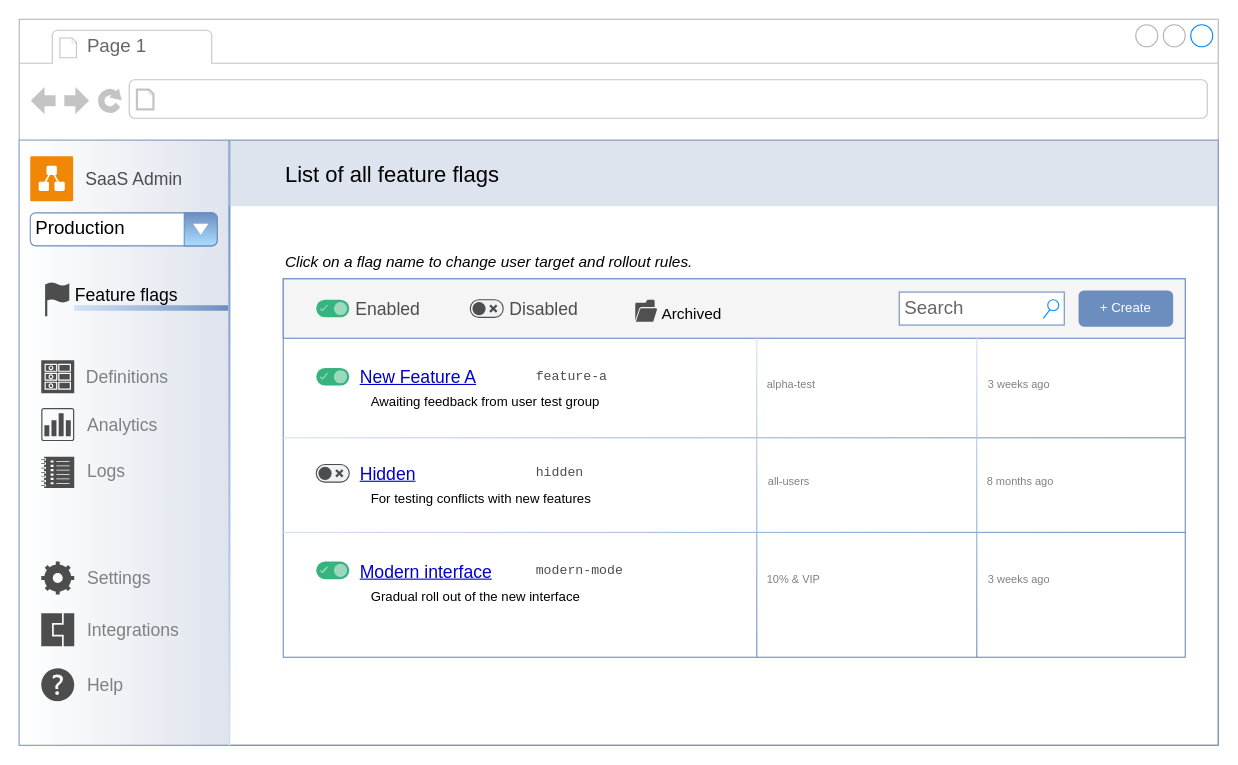
The draw.io diagram blog/feature-flag-control-interface-mockup.drawio in jgraph/drawio-diagrams, before the edit. Source tidied: cells renumbered, new cells numbered last; positions are measured from the earlier drawing's top-left corner, leaving out a move shared by most shapes. Both pictures are drawn from the tidied source at 110%, with x=0, y=0 at pixel (19, 19).
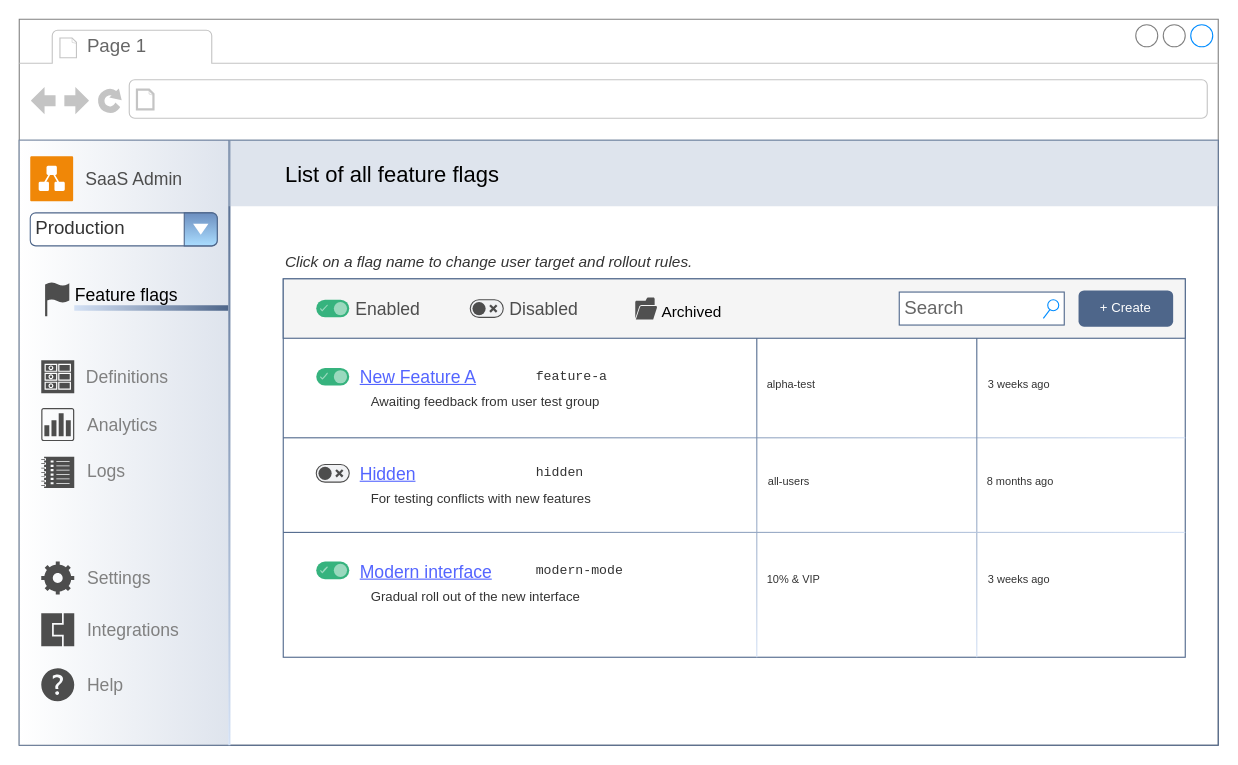
Above is the later version.

What changed in the source:
```diff
@@
-    <mxCell id="2" style="strokeWidth=1;shadow=0;dashed=0;align=center;html=1;shape=mxgraph.mockup.containers.browserWindow;rSize=0;strokeColor=#B3B3B3;strokeColor2=#008cff;strokeColor3=#c4c4c4;mainText=,;fontSize=16;" parent="1" vertex="1">
+    <mxCell id="2" style="strokeWidth=1;shadow=0;dashed=0;align=center;html=1;shape=mxgraph.mockup.containers.browserWindow;rSize=0;strokeColor=#808080;strokeColor2=#008cff;strokeColor3=#c4c4c4;mainText=,;fontSize=16;" parent="1" vertex="1">
       <mxGeometry width="1090" height="660" as="geometry" />
     </mxCell>
@@
-    <mxCell id="5" style="rounded=0;whiteSpace=wrap;html=1;fontSize=16;fillColor=none;strokeColor=#6c8ebf;" parent="2" vertex="1">
+    <mxCell id="5" style="rounded=0;whiteSpace=wrap;html=1;fontSize=16;fillColor=none;strokeColor=#4E668A;" parent="2" vertex="1">
       <mxGeometry y="110" width="1090" height="550" as="geometry" />
     </mxCell>
@@
-    <mxCell id="9" value="Production" style="strokeWidth=1;shadow=0;dashed=0;align=center;html=1;shape=mxgraph.mockup.forms.comboBox;strokeColor=#6C8EBF;fillColor=#6C8EBF;align=left;fillColor2=#aaddff;mainText=;fontSize=17;spacingLeft=3;" parent="2" vertex="1">
+    <mxCell id="9" value="Production" style="strokeWidth=1;shadow=0;dashed=0;align=center;html=1;shape=mxgraph.mockup.forms.comboBox;strokeColor=#4E668A;fillColor=#6C8EBF;align=left;fillColor2=#aaddff;mainText=;fontSize=17;spacingLeft=3;fontColor=#333333;" parent="2" vertex="1">
       <mxGeometry x="10" y="176" width="170" height="30" as="geometry" />
     </mxCell>
-    <mxCell id="10" style="rounded=0;whiteSpace=wrap;html=1;fontSize=16;fillColor=#D4E1F5;strokeColor=none;gradientColor=#6C8EBF;gradientDirection=east;" parent="2" vertex="1">
+    <mxCell id="10" style="rounded=0;whiteSpace=wrap;html=1;fontSize=16;fillColor=#D4E1F5;strokeColor=none;gradientColor=#4E668A;gradientDirection=east;" parent="2" vertex="1">
       <mxGeometry x="50" y="260" width="140" height="5" as="geometry" />
     </mxCell>
@@
-    <mxCell id="25" style="rounded=0;whiteSpace=wrap;html=1;fontSize=16;fillColor=#D4E1F5;strokeColor=none;gradientColor=#6C8EBF;gradientDirection=east;direction=south;flipV=1;" parent="2" vertex="1">
+    <mxCell id="25" style="rounded=0;whiteSpace=wrap;html=1;fontSize=16;fillColor=#D4E1F5;strokeColor=none;gradientColor=#4E668A;gradientDirection=east;direction=south;flipV=1;" parent="2" vertex="1">
       <mxGeometry x="190" y="110" width="2" height="550" as="geometry" />
     </mxCell>
@@
-    <mxCell id="28" value="Click on a flag name to change user target and rollout rules." style="text;html=1;strokeColor=none;fillColor=none;align=left;verticalAlign=middle;whiteSpace=wrap;rounded=0;fontSize=14;fontStyle=2;" parent="2" vertex="1">
+    <mxCell id="28" value="Click on a flag name to change user target and rollout rules." style="text;html=1;strokeColor=none;fillColor=none;align=left;verticalAlign=middle;whiteSpace=wrap;rounded=0;fontSize=14;fontStyle=2;fontColor=#333333;" parent="2" vertex="1">
       <mxGeometry x="240" y="206" width="570" height="30" as="geometry" />
     </mxCell>
-    <mxCell id="29" style="rounded=0;whiteSpace=wrap;html=1;fontSize=16;fillColor=none;strokeColor=#6c8ebf;" parent="2" vertex="1">
+    <mxCell id="29" style="rounded=0;whiteSpace=wrap;html=1;fontSize=16;fillColor=none;strokeColor=#4E668A;" parent="2" vertex="1">
       <mxGeometry x="240" y="236" width="820" height="344" as="geometry" />
     </mxCell>
-    <mxCell id="30" style="rounded=0;whiteSpace=wrap;html=1;fontSize=16;fillColor=#f5f5f5;fontColor=#333333;strokeColor=#6C8EBF;" parent="2" vertex="1">
+    <mxCell id="30" style="rounded=0;whiteSpace=wrap;html=1;fontSize=16;fillColor=#f5f5f5;fontColor=#333333;strokeColor=#4E668A;" parent="2" vertex="1">
       <mxGeometry x="240" y="236" width="820" height="54" as="geometry" />
     </mxCell>
@@
     <mxCell id="34" value="Archived" style="html=1;verticalLabelPosition=middle;align=center;labelBackgroundColor=none;verticalAlign=top;strokeWidth=2;strokeColor=none;shadow=0;dashed=0;shape=mxgraph.office.concepts.folder_open;fontSize=14;fillColor=#505050;labelPosition=right;sketch=0;spacing=0;spacingRight=-41;" parent="2" vertex="1">
-      <mxGeometry x="560" y="255" width="20" height="20" as="geometry" />
+      <mxGeometry x="560" y="253" width="20" height="20" as="geometry" />
     </mxCell>
-    <mxCell id="35" value="Search" style="strokeWidth=1;shadow=0;dashed=0;align=center;html=1;shape=mxgraph.mockup.forms.searchBox;strokeColor=#6C8EBF;mainText=;strokeColor2=#008cff;fontColor=#666666;fontSize=17;align=left;spacingLeft=3;whiteSpace=wrap;" parent="2" vertex="1">
+    <mxCell id="35" value="Search" style="strokeWidth=1;shadow=0;dashed=0;align=center;html=1;shape=mxgraph.mockup.forms.searchBox;strokeColor=#4E668A;mainText=;strokeColor2=#008cff;fontColor=#666666;fontSize=17;align=left;spacingLeft=3;whiteSpace=wrap;" parent="2" vertex="1">
       <mxGeometry x="800" y="248" width="150" height="30" as="geometry" />
     </mxCell>
-    <mxCell id="36" value="+ Create" style="rounded=1;fillColor=#6C8EBF;strokeColor=none;html=1;whiteSpace=wrap;fontColor=#ffffff;align=center;verticalAlign=middle;fontStyle=0;fontSize=12;sketch=0;" parent="2" vertex="1">
+    <mxCell id="36" value="+ Create" style="rounded=1;fillColor=#4E668A;strokeColor=none;html=1;whiteSpace=wrap;fontColor=#ffffff;align=center;verticalAlign=middle;fontStyle=0;fontSize=12;sketch=0;" parent="2" vertex="1">
       <mxGeometry x="963" y="246.5" width="86" height="33" as="geometry" />
     </mxCell>
@@
-    <mxCell id="43" style="rounded=0;whiteSpace=wrap;html=1;fontSize=16;fillColor=#D4E1F5;strokeColor=none;gradientColor=#6C8EBF;gradientDirection=east;" parent="2" vertex="1">
+    <mxCell id="43" style="rounded=0;whiteSpace=wrap;html=1;fontSize=16;fillColor=#D4E1F5;strokeColor=none;gradientColor=#4E668A;gradientDirection=west;" parent="2" vertex="1">
       <mxGeometry x="240" y="380" width="820" height="1" as="geometry" />
     </mxCell>
-    <mxCell id="44" value="New Feature A" style="text;html=1;strokeColor=none;fillColor=none;align=left;verticalAlign=middle;whiteSpace=wrap;rounded=0;fontSize=16;fontStyle=4;fontColor=#0000CC;spacing=10;" parent="2" vertex="1">
+    <mxCell id="44" value="New Feature A" style="text;html=1;strokeColor=none;fillColor=none;align=left;verticalAlign=middle;whiteSpace=wrap;rounded=0;fontSize=16;fontStyle=4;fontColor=#5465FF;spacing=10;" parent="2" vertex="1">
       <mxGeometry x="300" y="310" width="140" height="30" as="geometry" />
     </mxCell>
-    <mxCell id="45" value="feature-a" style="text;html=1;strokeColor=none;fillColor=none;align=left;verticalAlign=middle;whiteSpace=wrap;rounded=0;fontSize=12;fontFamily=Courier New;fontColor=#4D4D4D;spacing=10;" parent="2" vertex="1">
+    <mxCell id="45" value="feature-a" style="text;html=1;strokeColor=none;fillColor=none;align=left;verticalAlign=middle;whiteSpace=wrap;rounded=0;fontSize=12;fontFamily=Courier New;fontColor=#333333;spacing=10;" parent="2" vertex="1">
       <mxGeometry x="460" y="310" width="90" height="30" as="geometry" />
     </mxCell>
-    <mxCell id="46" value="alpha-test" style="text;html=1;strokeColor=none;fillColor=none;align=left;verticalAlign=middle;whiteSpace=wrap;rounded=0;fontSize=10;fontColor=#808080;spacing=10;" parent="2" vertex="1">
+    <mxCell id="46" value="alpha-test" style="text;html=1;strokeColor=none;fillColor=none;align=left;verticalAlign=middle;whiteSpace=wrap;rounded=0;fontSize=10;fontColor=#333333;spacing=10;" parent="2" vertex="1">
       <mxGeometry x="670" y="317" width="180" height="30" as="geometry" />
     </mxCell>
-    <mxCell id="47" value="Awaiting feedback from user test group" style="text;html=1;strokeColor=none;fillColor=none;align=left;verticalAlign=middle;whiteSpace=wrap;rounded=0;fontSize=12;spacing=10;" parent="2" vertex="1">
+    <mxCell id="47" value="Awaiting feedback from user test group" style="text;html=1;strokeColor=none;fillColor=none;align=left;verticalAlign=middle;whiteSpace=wrap;rounded=0;fontSize=12;spacing=10;fontColor=#333333;" parent="2" vertex="1">
       <mxGeometry x="310" y="333" width="410" height="30" as="geometry" />
     </mxCell>
-    <mxCell id="48" value="3 weeks ago" style="text;html=1;strokeColor=none;fillColor=none;align=left;verticalAlign=middle;whiteSpace=wrap;rounded=0;fontSize=10;fontColor=#808080;spacing=10;" parent="2" vertex="1">
+    <mxCell id="48" value="3 weeks ago" style="text;html=1;strokeColor=none;fillColor=none;align=left;verticalAlign=middle;whiteSpace=wrap;rounded=0;fontSize=10;fontColor=#333333;spacing=10;" parent="2" vertex="1">
       <mxGeometry x="871" y="317" width="170" height="30" as="geometry" />
     </mxCell>
-    <mxCell id="49" style="rounded=0;whiteSpace=wrap;html=1;fontSize=16;fillColor=#D4E1F5;strokeColor=none;gradientColor=#6C8EBF;gradientDirection=east;direction=south;" parent="2" vertex="1">
+    <mxCell id="49" style="rounded=0;whiteSpace=wrap;html=1;fontSize=16;fillColor=#D4E1F5;strokeColor=none;gradientColor=#4E668A;gradientDirection=west;direction=south;" parent="2" vertex="1">
       <mxGeometry x="670" y="290" width="1" height="290" as="geometry" />
     </mxCell>
-    <mxCell id="50" style="rounded=0;whiteSpace=wrap;html=1;fontSize=16;fillColor=#D4E1F5;strokeColor=none;gradientColor=#6C8EBF;gradientDirection=east;direction=south;" parent="2" vertex="1">
+    <mxCell id="50" style="rounded=0;whiteSpace=wrap;html=1;fontSize=16;fillColor=#D4E1F5;strokeColor=none;gradientColor=#4E668A;gradientDirection=west;direction=south;" parent="2" vertex="1">
       <mxGeometry x="870" y="290" width="1" height="290" as="geometry" />
     </mxCell>
-    <mxCell id="51" value="Hidden" style="text;html=1;strokeColor=none;fillColor=none;align=left;verticalAlign=middle;whiteSpace=wrap;rounded=0;fontSize=16;fontStyle=4;fontColor=#0000CC;spacing=10;" parent="2" vertex="1">
+    <mxCell id="51" value="Hidden" style="text;html=1;strokeColor=none;fillColor=none;align=left;verticalAlign=middle;whiteSpace=wrap;rounded=0;fontSize=16;fontStyle=4;fontColor=#5465FF;spacing=10;" parent="2" vertex="1">
       <mxGeometry x="300" y="397.8" width="140" height="30" as="geometry" />
     </mxCell>
-    <mxCell id="52" value="For testing conflicts with new features" style="text;html=1;strokeColor=none;fillColor=none;align=left;verticalAlign=middle;whiteSpace=wrap;rounded=0;fontSize=12;spacing=10;" parent="2" vertex="1">
+    <mxCell id="52" value="For testing conflicts with new features" style="text;html=1;strokeColor=none;fillColor=none;align=left;verticalAlign=middle;whiteSpace=wrap;rounded=0;fontSize=12;spacing=10;fontColor=#333333;" parent="2" vertex="1">
       <mxGeometry x="310" y="420.8" width="410" height="30" as="geometry" />
     </mxCell>
-    <mxCell id="53" value="hidden" style="text;html=1;strokeColor=none;fillColor=none;align=left;verticalAlign=middle;whiteSpace=wrap;rounded=0;fontSize=12;fontFamily=Courier New;fontColor=#4D4D4D;spacing=10;" parent="2" vertex="1">
+    <mxCell id="53" value="hidden" style="text;html=1;strokeColor=none;fillColor=none;align=left;verticalAlign=middle;whiteSpace=wrap;rounded=0;fontSize=12;fontFamily=Courier New;fontColor=#333333;spacing=10;" parent="2" vertex="1">
       <mxGeometry x="460" y="397.8" width="90" height="30" as="geometry" />
     </mxCell>
-    <mxCell id="54" value="all-users" style="text;html=1;strokeColor=none;fillColor=none;align=left;verticalAlign=middle;whiteSpace=wrap;rounded=0;fontSize=10;fontColor=#808080;spacing=10;" parent="2" vertex="1">
+    <mxCell id="54" value="all-users" style="text;html=1;strokeColor=none;fillColor=none;align=left;verticalAlign=middle;whiteSpace=wrap;rounded=0;fontSize=10;fontColor=#333333;spacing=10;" parent="2" vertex="1">
       <mxGeometry x="671" y="404.8" width="180" height="30" as="geometry" />
     </mxCell>
-    <mxCell id="55" value="8 months ago" style="text;html=1;strokeColor=none;fillColor=none;align=left;verticalAlign=middle;whiteSpace=wrap;rounded=0;fontSize=10;fontColor=#808080;spacing=10;" parent="2" vertex="1">
+    <mxCell id="55" value="8 months ago" style="text;html=1;strokeColor=none;fillColor=none;align=left;verticalAlign=middle;whiteSpace=wrap;rounded=0;fontSize=10;fontColor=#333333;spacing=10;" parent="2" vertex="1">
       <mxGeometry x="870" y="404.8" width="170" height="30" as="geometry" />
     </mxCell>
-    <mxCell id="56" style="rounded=0;whiteSpace=wrap;html=1;fontSize=16;fillColor=#D4E1F5;strokeColor=none;gradientColor=#6C8EBF;gradientDirection=east;" parent="2" vertex="1">
+    <mxCell id="56" style="rounded=0;whiteSpace=wrap;html=1;fontSize=16;fillColor=#D4E1F5;strokeColor=none;gradientColor=#4E668A;gradientDirection=west;" parent="2" vertex="1">
       <mxGeometry x="240" y="466" width="820" height="1" as="geometry" />
     </mxCell>
@@
-    <mxCell id="60" value="Modern interface" style="text;html=1;strokeColor=none;fillColor=none;align=left;verticalAlign=middle;whiteSpace=wrap;rounded=0;fontSize=16;fontStyle=4;fontColor=#0000CC;spacing=10;" parent="2" vertex="1">
+    <mxCell id="60" value="Modern interface" style="text;html=1;strokeColor=none;fillColor=none;align=left;verticalAlign=middle;whiteSpace=wrap;rounded=0;fontSize=16;fontStyle=4;fontColor=#5465FF;spacing=10;" parent="2" vertex="1">
       <mxGeometry x="300" y="487" width="140" height="30" as="geometry" />
     </mxCell>
-    <mxCell id="61" value="modern-mode" style="text;html=1;strokeColor=none;fillColor=none;align=left;verticalAlign=middle;whiteSpace=wrap;rounded=0;fontSize=12;fontFamily=Courier New;fontColor=#4D4D4D;spacing=10;" parent="2" vertex="1">
+    <mxCell id="61" value="modern-mode" style="text;html=1;strokeColor=none;fillColor=none;align=left;verticalAlign=middle;whiteSpace=wrap;rounded=0;fontSize=12;fontFamily=Courier New;fontColor=#333333;spacing=10;" parent="2" vertex="1">
       <mxGeometry x="460" y="487" width="110" height="30" as="geometry" />
     </mxCell>
-    <mxCell id="62" value="10% &amp;amp; VIP" style="text;html=1;strokeColor=none;fillColor=none;align=left;verticalAlign=middle;whiteSpace=wrap;rounded=0;fontSize=10;fontColor=#808080;spacing=10;" parent="2" vertex="1">
+    <mxCell id="62" value="10% &amp;amp; VIP" style="text;html=1;strokeColor=none;fillColor=none;align=left;verticalAlign=middle;whiteSpace=wrap;rounded=0;fontSize=10;fontColor=#333333;spacing=10;" parent="2" vertex="1">
       <mxGeometry x="670" y="494" width="180" height="30" as="geometry" />
     </mxCell>
-    <mxCell id="63" value="Gradual roll out of the new interface" style="text;html=1;strokeColor=none;fillColor=none;align=left;verticalAlign=middle;whiteSpace=wrap;rounded=0;fontSize=12;spacing=10;" parent="2" vertex="1">
+    <mxCell id="63" value="Gradual roll out of the new interface" style="text;html=1;strokeColor=none;fillColor=none;align=left;verticalAlign=middle;whiteSpace=wrap;rounded=0;fontSize=12;spacing=10;fontColor=#333333;" parent="2" vertex="1">
       <mxGeometry x="310" y="510" width="410" height="30" as="geometry" />
     </mxCell>
-    <mxCell id="64" value="3 weeks ago" style="text;html=1;strokeColor=none;fillColor=none;align=left;verticalAlign=middle;whiteSpace=wrap;rounded=0;fontSize=10;fontColor=#808080;spacing=10;" parent="2" vertex="1">
+    <mxCell id="64" value="3 weeks ago" style="text;html=1;strokeColor=none;fillColor=none;align=left;verticalAlign=middle;whiteSpace=wrap;rounded=0;fontSize=10;fontColor=#333333;spacing=10;" parent="2" vertex="1">
       <mxGeometry x="871" y="494" width="170" height="30" as="geometry" />
     </mxCell>
```
